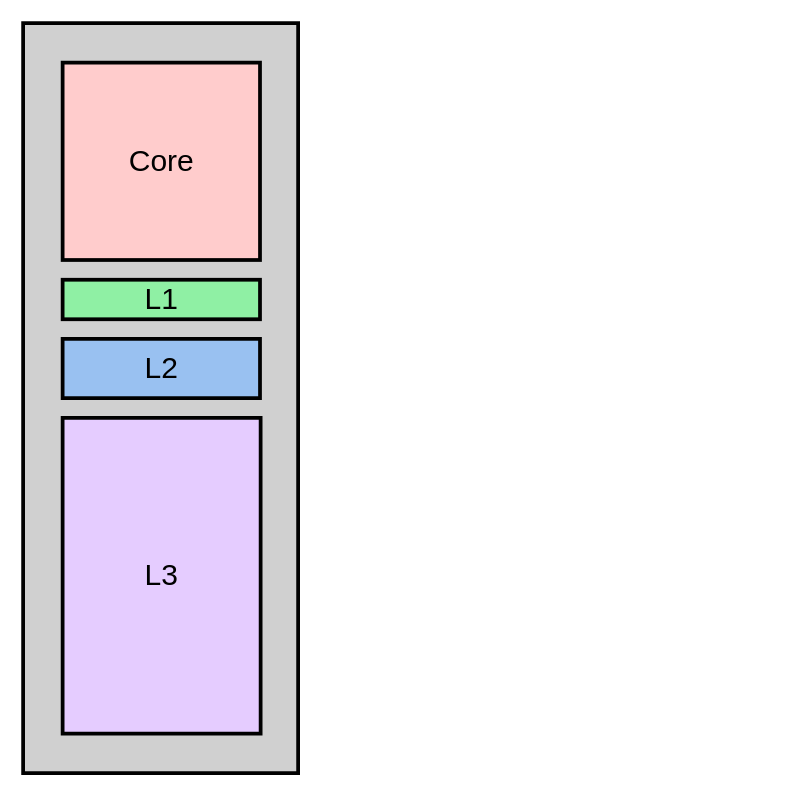
The draw.io diagram Presentation/Figs/Source/CPU.drawio in scrufulufugus/tdr-inverse-materials, before the edit. Source tidied: cells renumbered, new cells numbered last; positions are measured from the earlier drawing's top-left corner, leaving out a move shared by most shapes. Both pictures are drawn from the tidied source at 125%, with x=0, y=0 at pixel (22, 22).
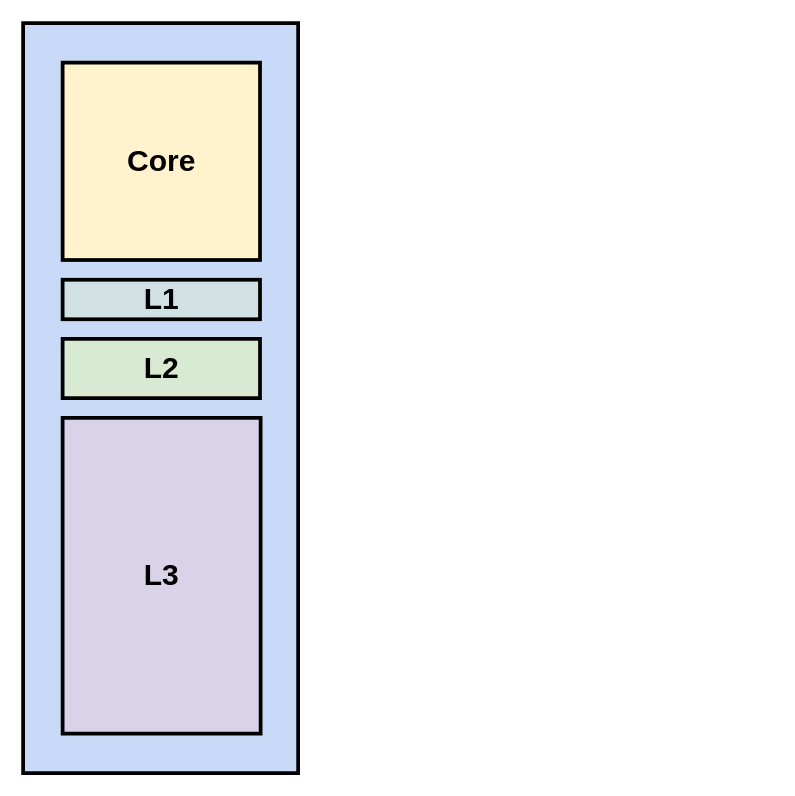
The same page after the edit.

What changed in the source:
```diff
@@
 <mxGraphModel>
   <root>
     <mxCell id="0" />
     <mxCell id="1" parent="0" />
-    <mxCell id="2" style="group;fontFamily=DMCA Sans Serif;" parent="1" vertex="1">
+    <mxCell id="2" style="group;fontFamily=DMCA Sans Serif;fontStyle=1;" parent="1" vertex="1">
       <mxGeometry width="600" height="600" as="geometry" />
     </mxCell>
-    <mxCell id="3" style="rounded=0;whiteSpace=wrap;html=1;fillColor=none;strokeColor=none;fontFamily=DMCA Sans Serif;" parent="2" vertex="1">
+    <mxCell id="3" style="rounded=0;whiteSpace=wrap;html=1;fillColor=none;strokeColor=none;fontFamily=DMCA Sans Serif;fontStyle=1;" parent="2" vertex="1">
       <mxGeometry width="600" height="600" as="geometry" />
     </mxCell>
-    <mxCell id="4" style="rounded=0;whiteSpace=wrap;html=1;strokeWidth=3;fontFamily=DMCA Sans Serif;fontSize=24;fillColor=#D0D0D0;" parent="2" vertex="1">
+    <mxCell id="4" style="rounded=0;whiteSpace=wrap;html=1;strokeWidth=3;fontFamily=DMCA Sans Serif;fontSize=24;fillColor=#C9DAF8;fontStyle=1;" parent="2" vertex="1">
       <mxGeometry width="220" height="600" as="geometry" />
     </mxCell>
-    <mxCell id="5" value="Core" style="rounded=0;whiteSpace=wrap;html=1;strokeWidth=3;fillColor=#FFCCCC;fontFamily=DMCA Sans Serif;fontSize=24;" parent="2" vertex="1">
+    <mxCell id="5" value="Core" style="rounded=0;whiteSpace=wrap;html=1;strokeWidth=3;fillColor=#FFF2CC;fontFamily=DMCA Sans Serif;fontSize=24;fontStyle=1;" parent="2" vertex="1">
       <mxGeometry x="31.6" y="31.6" width="157.9" height="157.9" as="geometry" />
     </mxCell>
-    <mxCell id="6" value="L1" style="rounded=0;whiteSpace=wrap;html=1;strokeWidth=3;fillColor=#8ff0a4;fontFamily=DMCA Sans Serif;fontSize=24;" parent="2" vertex="1">
+    <mxCell id="6" value="L1" style="rounded=0;whiteSpace=wrap;html=1;strokeWidth=3;fillColor=#D0E0E3;fontFamily=DMCA Sans Serif;fontSize=24;fontStyle=1;" parent="2" vertex="1">
       <mxGeometry x="31.6" y="205.3" width="157.9" height="31.6" as="geometry" />
     </mxCell>
-    <mxCell id="7" value="L2" style="rounded=0;whiteSpace=wrap;html=1;strokeWidth=3;fillColor=#99c1f1;fontFamily=DMCA Sans Serif;fontSize=24;" parent="2" vertex="1">
+    <mxCell id="7" value="L2" style="rounded=0;whiteSpace=wrap;html=1;strokeWidth=3;fillColor=#D9EAD3;fontFamily=DMCA Sans Serif;fontSize=24;fontStyle=1;" parent="2" vertex="1">
       <mxGeometry x="31.6" y="252.6" width="157.9" height="47.4" as="geometry" />
     </mxCell>
-    <mxCell id="8" value="L3" style="rounded=0;whiteSpace=wrap;html=1;strokeWidth=3;fillColor=#E5CCFF;fontFamily=DMCA Sans Serif;fontSize=24;" parent="2" vertex="1">
+    <mxCell id="8" value="L3" style="rounded=0;whiteSpace=wrap;html=1;strokeWidth=3;fillColor=#D9D2E9;fontFamily=DMCA Sans Serif;fontSize=24;fontStyle=1;" parent="2" vertex="1">
       <mxGeometry x="31.6" y="315.8" width="158.4" height="252.6" as="geometry" />
     </mxCell>
   </root>
 </mxGraphModel>
```
